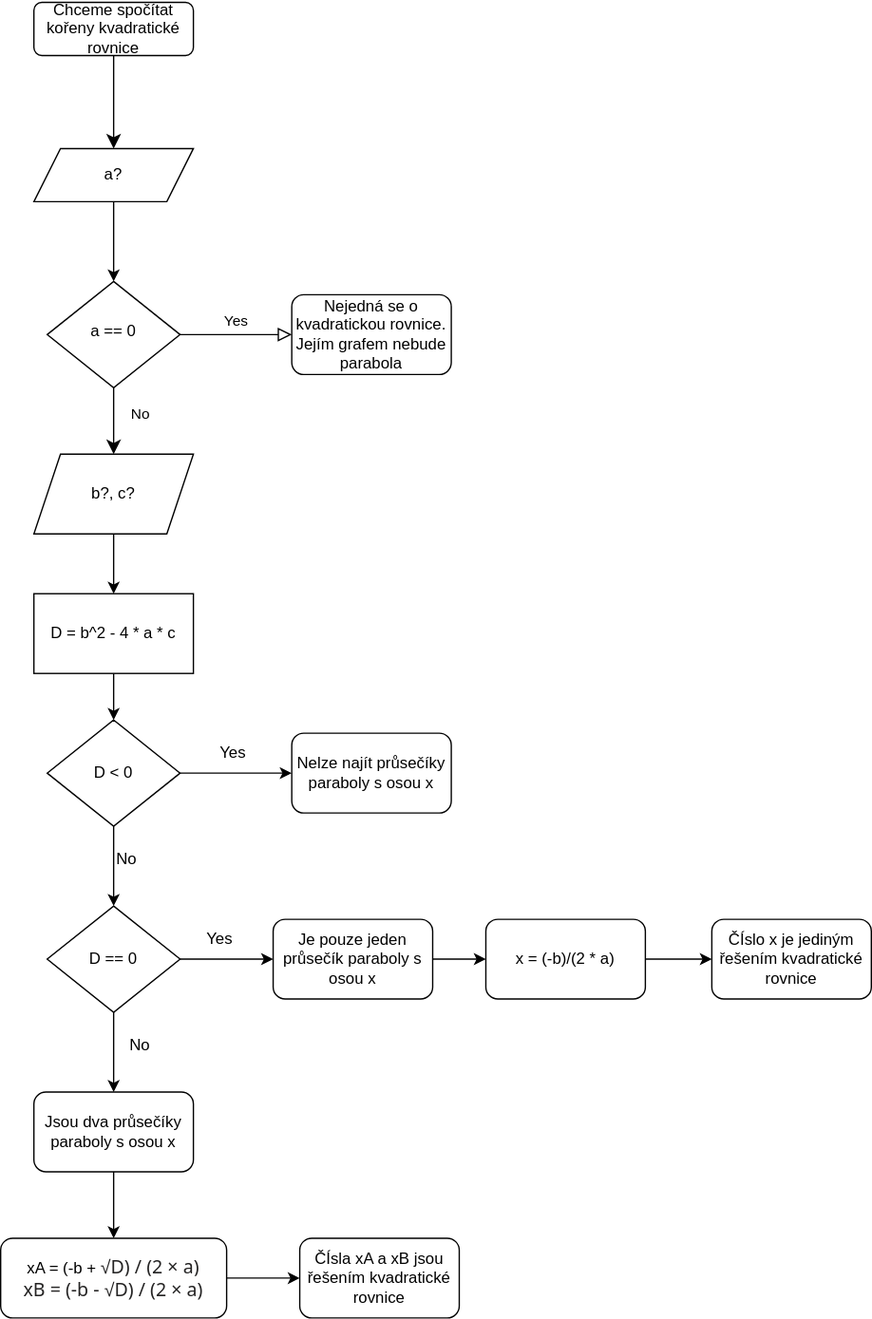
TomasKelbasa/diagrams.net keeps this draw.io diagram as Kvadratické rovnice.svg. Above is the earlier version. Source tidied: cells renumbered, new cells last; positions are measured from the earlier drawing's top-left corner, leaving out a move shared by most shapes.
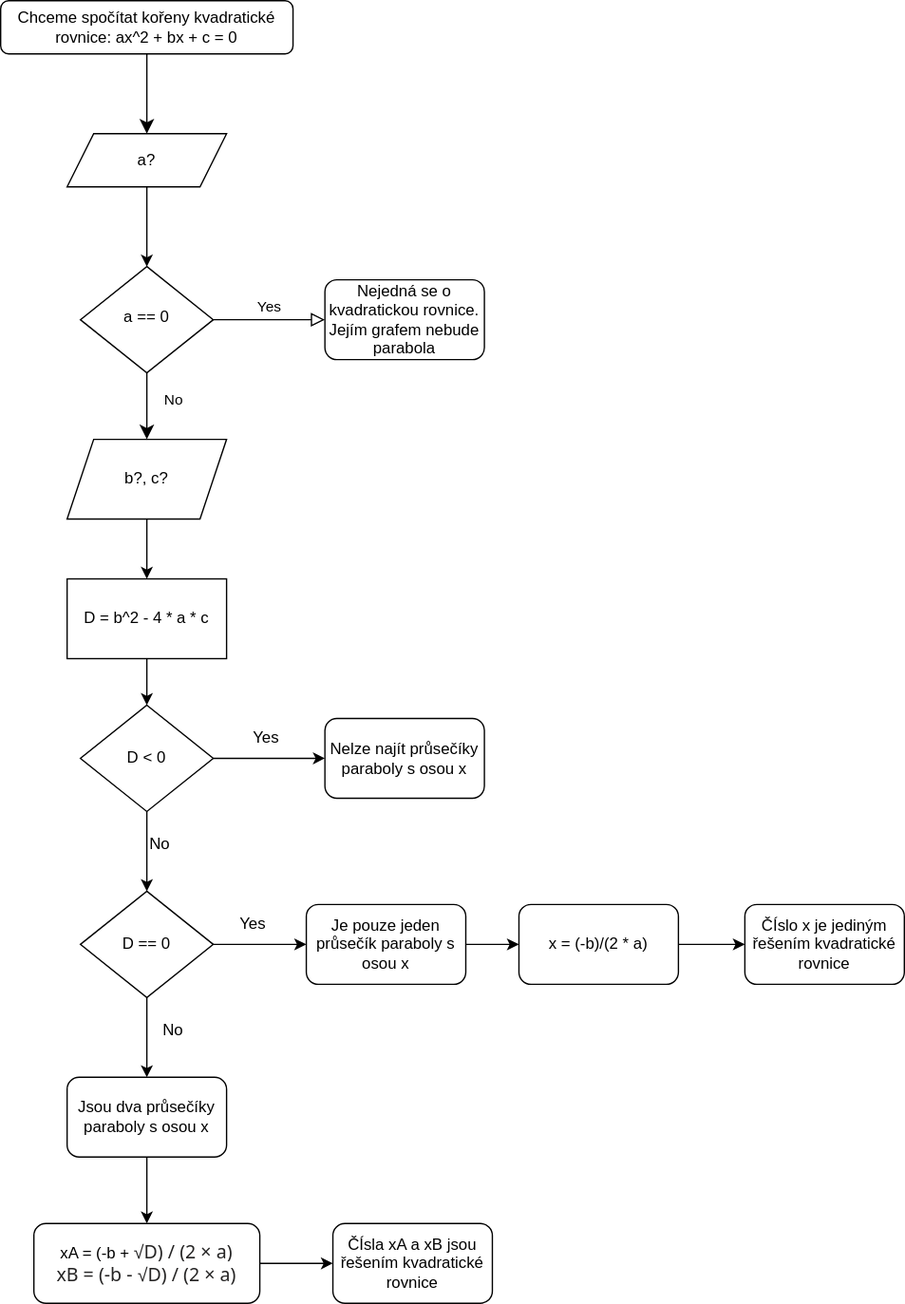
After the commit.

What changed in the source:
```diff
@@ -2,15 +2,16 @@
   <root>
     <mxCell id="0" />
     <mxCell id="1" parent="0" />
-    <mxCell id="2" style="rounded=0;html=1;jettySize=auto;fontSize=11;endArrow=classic;endFill=1;endSize=8;strokeWidth=1;shadow=0;labelBackgroundColor=none;edgeStyle=orthogonalEdgeStyle;entryX=0.5;entryY=0;entryDx=0;entryDy=0;" parent="1" edge="1" source="3" target="9">
+    <mxCell id="2" style="rounded=0;html=1;jettySize=auto;fontSize=11;endArrow=classic;endFill=1;endSize=8;strokeWidth=1;shadow=0;labelBackgroundColor=none;edgeStyle=orthogonalEdgeStyle;entryX=0.5;entryY=0;entryDx=0;entryDy=0;exitX=0.5;exitY=1;exitDx=0;exitDy=0;" parent="1" edge="1" source="3" target="9">
       <mxGeometry relative="1" as="geometry">
         <Array as="points">
-          <mxPoint x="85" y="110" />
+          <mxPoint x="85" y="80" />
+          <mxPoint x="85" y="80" />
         </Array>
       </mxGeometry>
     </mxCell>
-    <mxCell id="3" value="Chceme spočítat kořeny kvadratické rovnice" style="rounded=1;whiteSpace=wrap;html=1;fontSize=12;glass=0;strokeWidth=1;shadow=0;" parent="1" vertex="1">
-      <mxGeometry x="25" width="120" height="40" as="geometry" />
+    <mxCell id="3" value="Chceme spočítat kořeny kvadratické rovnice: ax^2 + bx + c = 0" style="rounded=1;whiteSpace=wrap;html=1;fontSize=12;glass=0;strokeWidth=1;shadow=0;" parent="1" vertex="1">
+      <mxGeometry x="-25" y="10" width="220" height="40" as="geometry" />
     </mxCell>
     <mxCell id="4" value="No" style="rounded=0;html=1;jettySize=auto;fontSize=11;endArrow=classic;endFill=1;endSize=8;strokeWidth=1;shadow=0;labelBackgroundColor=none;edgeStyle=orthogonalEdgeStyle;entryX=0.5;entryY=0;entryDx=0;entryDy=0;" parent="1" edge="1" source="6" target="10">
       <mxGeometry x="-0.2" y="20" relative="1" as="geometry" />
```
